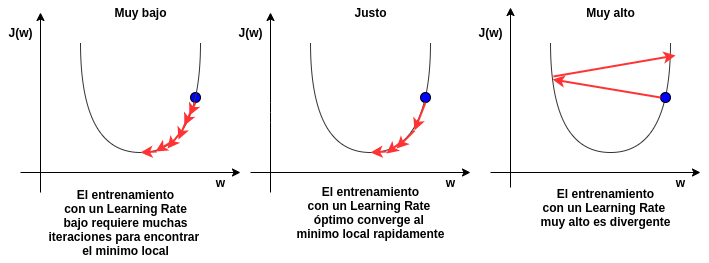
Above: paper/imagenes/learning_rate.png in kisbye/Tesis (draw.io), before the change. Source tidied: cells renumbered, new cells last; positions are measured from the earlier drawing's top-left corner, leaving out a move shared by most shapes. Source of this version:
```xml
<mxGraphModel>
  <root>
    <mxCell id="0" />
    <mxCell id="1" parent="0" />
    <mxCell id="2" style="endArrow=classic;html=1;" parent="1" edge="1">
      <mxGeometry relative="1" as="geometry">
        <mxPoint x="40" y="190" as="sourcePoint" />
        <mxPoint x="40" y="10" as="targetPoint" />
      </mxGeometry>
    </mxCell>
    <mxCell id="3" value="&lt;b&gt;J(w)&lt;/b&gt;" style="text;html=1;align=center;verticalAlign=middle;fillColor=none;strokeColor=none;rounded=0;" parent="1" vertex="1">
      <mxGeometry y="20" width="40" height="20" as="geometry" />
    </mxCell>
    <mxCell id="4" style="endArrow=classic;html=1;" parent="1" edge="1">
      <mxGeometry relative="1" as="geometry">
        <mxPoint x="20" y="170" as="sourcePoint" />
        <mxPoint x="240" y="170" as="targetPoint" />
      </mxGeometry>
    </mxCell>
    <mxCell id="5" value="&lt;b&gt;w&lt;/b&gt;" style="text;html=1;align=center;verticalAlign=middle;fillColor=none;strokeColor=none;rounded=0;" parent="1" vertex="1">
      <mxGeometry x="210" y="170" width="20" height="20" as="geometry" />
    </mxCell>
    <mxCell id="6" style="shape=requiredInterface;html=1;verticalLabelPosition=bottom;direction=south;fillColor=#99CCFF;strokeColor=#333333;" parent="1" vertex="1">
      <mxGeometry x="310" y="40" width="120" height="110" as="geometry" />
    </mxCell>
    <mxCell id="7" style="ellipse;whiteSpace=wrap;html=1;strokeColor=#000000;fillColor=#0000FF;" parent="1" vertex="1">
      <mxGeometry x="190" y="90" width="10" height="10" as="geometry" />
    </mxCell>
    <mxCell id="8" value="&lt;b&gt;Muy bajo&lt;/b&gt;" style="text;html=1;align=center;verticalAlign=middle;fillColor=none;strokeColor=none;rounded=0;" parent="1" vertex="1">
      <mxGeometry x="105" width="70" height="20" as="geometry" />
    </mxCell>
    <mxCell id="9" value="&lt;b&gt;El entrenamiento&lt;br&gt;con un Learning Rate&lt;br&gt;bajo requiere muchas&lt;br&gt;iteraciones para encontrar&amp;nbsp;&lt;br&gt;el minimo local&lt;/b&gt;" style="text;html=1;align=center;verticalAlign=middle;fillColor=none;strokeColor=none;rounded=0;" parent="1" vertex="1">
      <mxGeometry x="40" y="180" width="170" height="80" as="geometry" />
    </mxCell>
    <mxCell id="10" style="endArrow=classic;html=1;" parent="1" edge="1">
      <mxGeometry relative="1" as="geometry">
        <mxPoint x="270" y="190" as="sourcePoint" />
        <mxPoint x="270" y="10" as="targetPoint" />
        <Array as="points">
          <mxPoint x="270" y="110" />
        </Array>
      </mxGeometry>
    </mxCell>
    <mxCell id="11" style="endArrow=classic;html=1;" parent="1" edge="1">
      <mxGeometry relative="1" as="geometry">
        <mxPoint x="250" y="170" as="sourcePoint" />
        <mxPoint x="470" y="170" as="targetPoint" />
      </mxGeometry>
    </mxCell>
    <mxCell id="12" style="shape=requiredInterface;html=1;verticalLabelPosition=bottom;direction=south;fillColor=#99CCFF;strokeColor=#333333;" parent="1" vertex="1">
      <mxGeometry x="80" y="40" width="120" height="110" as="geometry" />
    </mxCell>
    <mxCell id="13" style="ellipse;whiteSpace=wrap;html=1;strokeColor=#000000;fillColor=#0000FF;" parent="1" vertex="1">
      <mxGeometry x="420" y="90" width="10" height="10" as="geometry" />
    </mxCell>
    <mxCell id="14" style="shape=requiredInterface;html=1;verticalLabelPosition=bottom;direction=south;fillColor=#99CCFF;strokeColor=#333333;" parent="1" vertex="1">
      <mxGeometry x="550" y="40" width="120" height="110" as="geometry" />
    </mxCell>
    <mxCell id="15" style="endArrow=classic;html=1;" parent="1" edge="1">
      <mxGeometry relative="1" as="geometry">
        <mxPoint x="510" y="185" as="sourcePoint" />
        <mxPoint x="510" y="5" as="targetPoint" />
      </mxGeometry>
    </mxCell>
    <mxCell id="16" style="endArrow=classic;html=1;" parent="1" edge="1">
      <mxGeometry relative="1" as="geometry">
        <mxPoint x="490" y="170" as="sourcePoint" />
        <mxPoint x="700" y="170" as="targetPoint" />
      </mxGeometry>
    </mxCell>
    <mxCell id="17" style="ellipse;whiteSpace=wrap;html=1;strokeColor=#000000;fillColor=#0000FF;" parent="1" vertex="1">
      <mxGeometry x="660" y="90" width="10" height="10" as="geometry" />
    </mxCell>
    <mxCell id="18" value="&lt;b&gt;J(w)&lt;/b&gt;" style="text;html=1;align=center;verticalAlign=middle;fillColor=none;strokeColor=none;rounded=0;" parent="1" vertex="1">
      <mxGeometry x="230" y="20" width="40" height="20" as="geometry" />
    </mxCell>
    <mxCell id="19" value="&lt;b&gt;J(w)&lt;/b&gt;" style="text;html=1;align=center;verticalAlign=middle;fillColor=none;strokeColor=none;rounded=0;" parent="1" vertex="1">
      <mxGeometry x="470" y="20" width="40" height="20" as="geometry" />
    </mxCell>
    <mxCell id="20" value="&lt;b&gt;w&lt;/b&gt;" style="text;html=1;align=center;verticalAlign=middle;fillColor=none;strokeColor=none;rounded=0;" parent="1" vertex="1">
      <mxGeometry x="440" y="170" width="20" height="20" as="geometry" />
    </mxCell>
    <mxCell id="21" value="&lt;b&gt;w&lt;/b&gt;" style="text;html=1;align=center;verticalAlign=middle;fillColor=none;strokeColor=none;rounded=0;" parent="1" vertex="1">
      <mxGeometry x="670" y="170" width="20" height="20" as="geometry" />
    </mxCell>
    <mxCell id="22" value="&lt;b&gt;Justo&lt;/b&gt;" style="text;html=1;align=center;verticalAlign=middle;fillColor=none;strokeColor=none;rounded=0;" parent="1" vertex="1">
      <mxGeometry x="345" width="50" height="20" as="geometry" />
    </mxCell>
    <mxCell id="23" value="&lt;b&gt;El entrenamiento&lt;br&gt;con un Learning Rate&amp;nbsp;&lt;br&gt;óptimo converge al&amp;nbsp;&lt;br&gt;minimo local rapidamente&lt;br&gt;&lt;/b&gt;" style="text;html=1;align=center;verticalAlign=middle;fillColor=none;strokeColor=none;rounded=0;" parent="1" vertex="1">
      <mxGeometry x="290" y="180" width="160" height="60" as="geometry" />
    </mxCell>
    <mxCell id="24" value="&lt;b&gt;El entrenamiento&lt;br&gt;con un Learning Rate&amp;nbsp;&lt;br&gt;muy alto es divergente&lt;/b&gt;&lt;b&gt;&lt;br&gt;&lt;/b&gt;" style="text;html=1;align=center;verticalAlign=middle;fillColor=none;strokeColor=none;rounded=0;" parent="1" vertex="1">
      <mxGeometry x="530" y="180" width="150" height="50" as="geometry" />
    </mxCell>
    <mxCell id="25" style="endArrow=classic;html=1;strokeColor=#FF3333;strokeWidth=2;entryX=0.664;entryY=0.092;entryDx=0;entryDy=0;entryPerimeter=0;" parent="1" edge="1" target="12">
      <mxGeometry relative="1" as="geometry">
        <mxPoint x="195" y="100" as="sourcePoint" />
      </mxGeometry>
    </mxCell>
    <mxCell id="26" style="endArrow=classic;html=1;strokeColor=#FF3333;strokeWidth=2;entryX=0.664;entryY=0.092;entryDx=0;entryDy=0;entryPerimeter=0;" parent="1" edge="1">
      <mxGeometry relative="1" as="geometry">
        <mxPoint x="190" y="110" as="sourcePoint" />
        <mxPoint x="184" y="123" as="targetPoint" />
      </mxGeometry>
    </mxCell>
    <mxCell id="27" style="endArrow=classic;html=1;strokeColor=#FF3333;strokeWidth=2;entryX=0.882;entryY=0.183;entryDx=0;entryDy=0;entryPerimeter=0;" parent="1" edge="1" target="12">
      <mxGeometry relative="1" as="geometry">
        <mxPoint x="185" y="120" as="sourcePoint" />
      </mxGeometry>
    </mxCell>
    <mxCell id="28" style="endArrow=classic;html=1;strokeColor=#FF3333;strokeWidth=2;entryX=0.964;entryY=0.275;entryDx=0;entryDy=0;entryPerimeter=0;" parent="1" edge="1" target="12">
      <mxGeometry relative="1" as="geometry">
        <mxPoint x="180" y="130" as="sourcePoint" />
      </mxGeometry>
    </mxCell>
    <mxCell id="29" style="endArrow=classic;html=1;strokeColor=#FF3333;strokeWidth=2;entryX=0.991;entryY=0.375;entryDx=0;entryDy=0;entryPerimeter=0;" parent="1" edge="1" target="12">
      <mxGeometry relative="1" as="geometry">
        <mxPoint x="170" y="140" as="sourcePoint" />
      </mxGeometry>
    </mxCell>
    <mxCell id="30" style="endArrow=classic;html=1;strokeColor=#FF3333;strokeWidth=2;entryX=1;entryY=0.5;entryDx=0;entryDy=0;entryPerimeter=0;exitX=0.991;exitY=0.367;exitDx=0;exitDy=0;exitPerimeter=0;" parent="1" edge="1" source="12" target="12">
      <mxGeometry relative="1" as="geometry" />
    </mxCell>
    <mxCell id="31" style="endArrow=classic;html=1;strokeColor=#FF3333;strokeWidth=2;entryX=0.8;entryY=0.133;entryDx=0;entryDy=0;entryPerimeter=0;exitX=0.5;exitY=1;exitDx=0;exitDy=0;" parent="1" edge="1" source="13" target="6">
      <mxGeometry relative="1" as="geometry" />
    </mxCell>
    <mxCell id="32" style="endArrow=classic;html=1;strokeColor=#FF3333;strokeWidth=2;entryX=0.964;entryY=0.283;entryDx=0;entryDy=0;entryPerimeter=0;exitX=0.8;exitY=0.133;exitDx=0;exitDy=0;exitPerimeter=0;" parent="1" edge="1" source="6" target="6">
      <mxGeometry relative="1" as="geometry" />
    </mxCell>
    <mxCell id="33" style="endArrow=classic;html=1;strokeColor=#FF3333;strokeWidth=2;entryX=1.009;entryY=0.367;entryDx=0;entryDy=0;entryPerimeter=0;" parent="1" edge="1" target="6">
      <mxGeometry relative="1" as="geometry">
        <mxPoint x="400" y="140" as="sourcePoint" />
      </mxGeometry>
    </mxCell>
    <mxCell id="34" style="endArrow=classic;html=1;strokeColor=#FF3333;strokeWidth=2;entryX=1;entryY=0.5;entryDx=0;entryDy=0;entryPerimeter=0;exitX=0.991;exitY=0.367;exitDx=0;exitDy=0;exitPerimeter=0;" parent="1" edge="1" source="6" target="6">
      <mxGeometry relative="1" as="geometry" />
    </mxCell>
    <mxCell id="35" style="endArrow=classic;html=1;strokeColor=#FF3333;strokeWidth=2;entryX=0.336;entryY=0.983;entryDx=0;entryDy=0;entryPerimeter=0;exitX=0;exitY=0.5;exitDx=0;exitDy=0;" parent="1" edge="1" source="17" target="14">
      <mxGeometry relative="1" as="geometry" />
    </mxCell>
    <mxCell id="36" style="endArrow=classic;html=1;strokeColor=#FF3333;strokeWidth=2;entryX=0.118;entryY=-0.042;entryDx=0;entryDy=0;entryPerimeter=0;exitX=0.309;exitY=0.975;exitDx=0;exitDy=0;exitPerimeter=0;" parent="1" edge="1" source="14" target="14">
      <mxGeometry relative="1" as="geometry" />
    </mxCell>
    <mxCell id="37" value="&lt;b&gt;Muy alto&lt;/b&gt;" style="text;html=1;align=center;verticalAlign=middle;fillColor=none;strokeColor=none;rounded=0;" parent="1" vertex="1">
      <mxGeometry x="580" width="60" height="20" as="geometry" />
    </mxCell>
  </root>
</mxGraphModel>
```
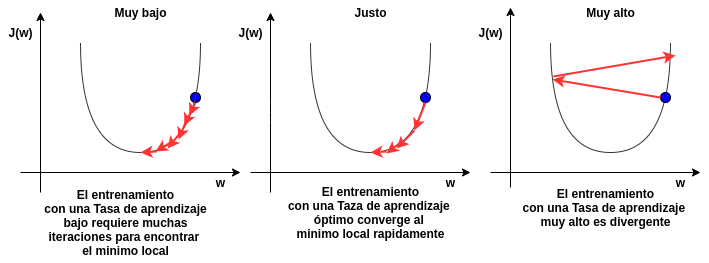
The same file after the commit.

The edit, as a diff of the source:
```diff
@@ -29,8 +29,8 @@
     <mxCell id="8" value="&lt;b&gt;Muy bajo&lt;/b&gt;" style="text;html=1;align=center;verticalAlign=middle;fillColor=none;strokeColor=none;rounded=0;" parent="1" vertex="1">
       <mxGeometry x="105" width="70" height="20" as="geometry" />
     </mxCell>
-    <mxCell id="9" value="&lt;b&gt;El entrenamiento&lt;br&gt;con un Learning Rate&lt;br&gt;bajo requiere muchas&lt;br&gt;iteraciones para encontrar&amp;nbsp;&lt;br&gt;el minimo local&lt;/b&gt;" style="text;html=1;align=center;verticalAlign=middle;fillColor=none;strokeColor=none;rounded=0;" parent="1" vertex="1">
-      <mxGeometry x="40" y="180" width="170" height="80" as="geometry" />
+    <mxCell id="9" value="&lt;b&gt;El entrenamiento&lt;br&gt;con una Tasa de aprendizaje&lt;br&gt;bajo requiere muchas&lt;br&gt;iteraciones para encontrar&amp;nbsp;&lt;br&gt;el minimo local&lt;/b&gt;" style="text;html=1;align=center;verticalAlign=middle;fillColor=none;strokeColor=none;rounded=0;" parent="1" vertex="1">
+      <mxGeometry x="35" y="180" width="180" height="80" as="geometry" />
     </mxCell>
     <mxCell id="10" style="endArrow=classic;html=1;" parent="1" edge="1">
       <mxGeometry relative="1" as="geometry">
@@ -86,11 +86,11 @@
     <mxCell id="22" value="&lt;b&gt;Justo&lt;/b&gt;" style="text;html=1;align=center;verticalAlign=middle;fillColor=none;strokeColor=none;rounded=0;" parent="1" vertex="1">
       <mxGeometry x="345" width="50" height="20" as="geometry" />
     </mxCell>
-    <mxCell id="23" value="&lt;b&gt;El entrenamiento&lt;br&gt;con un Learning Rate&amp;nbsp;&lt;br&gt;óptimo converge al&amp;nbsp;&lt;br&gt;minimo local rapidamente&lt;br&gt;&lt;/b&gt;" style="text;html=1;align=center;verticalAlign=middle;fillColor=none;strokeColor=none;rounded=0;" parent="1" vertex="1">
-      <mxGeometry x="290" y="180" width="160" height="60" as="geometry" />
+    <mxCell id="23" value="&lt;b&gt;El entrenamiento&lt;br&gt;con una Taza de aprendizaje&amp;nbsp;&lt;br&gt;óptimo converge al&amp;nbsp;&lt;br&gt;minimo local rapidamente&lt;br&gt;&lt;/b&gt;" style="text;html=1;align=center;verticalAlign=middle;fillColor=none;strokeColor=none;rounded=0;" parent="1" vertex="1">
+      <mxGeometry x="280" y="180" width="180" height="60" as="geometry" />
     </mxCell>
-    <mxCell id="24" value="&lt;b&gt;El entrenamiento&lt;br&gt;con un Learning Rate&amp;nbsp;&lt;br&gt;muy alto es divergente&lt;/b&gt;&lt;b&gt;&lt;br&gt;&lt;/b&gt;" style="text;html=1;align=center;verticalAlign=middle;fillColor=none;strokeColor=none;rounded=0;" parent="1" vertex="1">
-      <mxGeometry x="530" y="180" width="150" height="50" as="geometry" />
+    <mxCell id="24" value="&lt;b&gt;El entrenamiento&lt;br&gt;con una Tasa de aprendizaje&amp;nbsp;&lt;br&gt;muy alto es divergente&lt;/b&gt;&lt;b&gt;&lt;br&gt;&lt;/b&gt;" style="text;html=1;align=center;verticalAlign=middle;fillColor=none;strokeColor=none;rounded=0;" parent="1" vertex="1">
+      <mxGeometry x="515" y="180" width="180" height="50" as="geometry" />
     </mxCell>
     <mxCell id="25" style="endArrow=classic;html=1;strokeColor=#FF3333;strokeWidth=2;entryX=0.664;entryY=0.092;entryDx=0;entryDy=0;entryPerimeter=0;" parent="1" edge="1" target="12">
       <mxGeometry relative="1" as="geometry">
```
